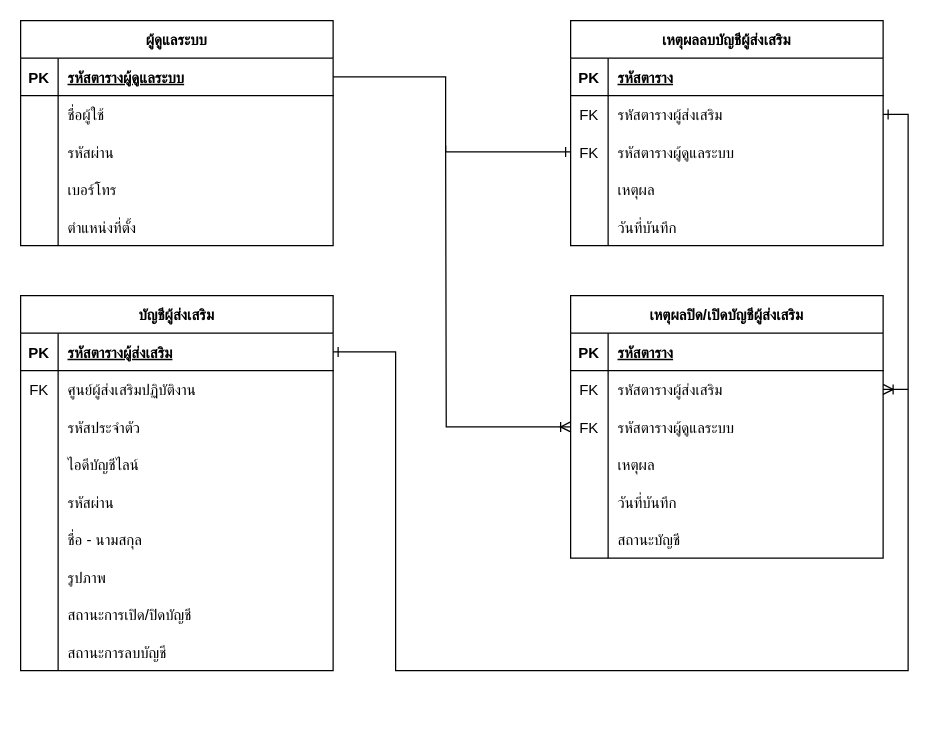
thanawat1303/PROJECT-GAP keeps this draw.io diagram as workFlow/ความสัมพันธุ์ admin ในการจัดการบัญชีเจ้าหน้าที่ส่งเสริม.drawio. Above is the earlier version. Source tidied: cells renumbered, new cells numbered last; positions are measured from the earlier drawing's top-left corner, leaving out a move shared by most shapes. Both pictures are drawn from the tidied source at 125%, with x=0, y=0 at pixel (20, 20).
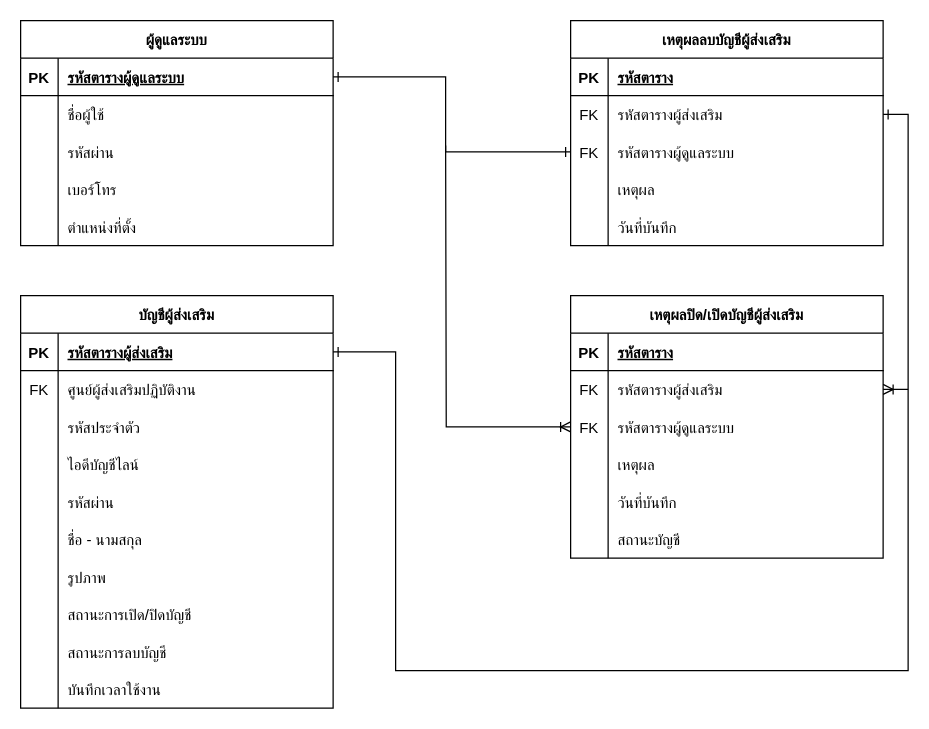
Above is the later version.

The change refers to these unchanged cells:
```xml
<mxCell id="3" style="shape=partialRectangle;fillColor=none;points=[[0,0.5],[1,0.5]];portConstraint=eastwest;top=0;left=0;right=0;bottom=1;" parent="2" vertex="1">
  <mxGeometry y="30" width="250" height="30" as="geometry" />
</mxCell>
<mxCell id="25" style="shape=partialRectangle;fillColor=none;points=[[0,0.5],[1,0.5]];portConstraint=eastwest;top=0;left=0;right=0;bottom=0;" parent="18" vertex="1">
  <mxGeometry y="90" width="250" height="30" as="geometry" />
</mxCell>
```

Diff of the diagram source:
```diff
@@
     <mxCell id="53" value="บัญชีผู้ส่งเสริม" style="shape=table;startSize=30;childLayout=tableLayout;rowLines=0;fontStyle=1;align=center;" parent="1" vertex="1">
-      <mxGeometry y="220" width="250" height="300" as="geometry" />
+      <mxGeometry y="220" width="250" height="330" as="geometry" />
     </mxCell>
@@
+    <mxCell id="85" style="shape=partialRectangle;fillColor=none;top=0;left=0;right=0;bottom=0;" parent="53" vertex="1">
+      <mxGeometry y="300" width="250" height="30" as="geometry" />
+    </mxCell>
+    <mxCell id="86" style="shape=partialRectangle;overflow=hidden;fillColor=none;top=0;left=0;bottom=0;right=0;" parent="85" vertex="1">
+      <mxGeometry width="30" height="30" as="geometry" />
+    </mxCell>
+    <mxCell id="87" value="บันทึกเวลาใช้งาน" style="shape=partialRectangle;overflow=hidden;fillColor=none;top=0;left=0;bottom=0;right=0;align=left;spacingLeft=6;" parent="85" vertex="1">
+      <mxGeometry x="30" width="220" height="30" as="geometry" />
+    </mxCell>
-    <mxCell id="81" style="edgeStyle=orthogonalEdgeStyle;rounded=0;jettySize=auto;html=1;exitX=1;exitY=0.5;exitDx=0;exitDy=0;entryX=0;entryY=0.5;entryDx=0;entryDy=0;endArrow=ERone;endFill=0;" parent="1" edge="1" source="3" target="25">
+    <mxCell id="81" style="edgeStyle=orthogonalEdgeStyle;rounded=0;jettySize=auto;html=1;exitX=1;exitY=0.5;exitDx=0;exitDy=0;entryX=0;entryY=0.5;entryDx=0;entryDy=0;endArrow=ERone;endFill=0;startArrow=ERone;startFill=0;" parent="1" edge="1" source="3" target="25">
       <mxGeometry relative="1" as="geometry">
         <Array as="points">
           <mxPoint x="340" y="45" />
           <mxPoint x="340" y="105" />
         </Array>
       </mxGeometry>
     </mxCell>
```
